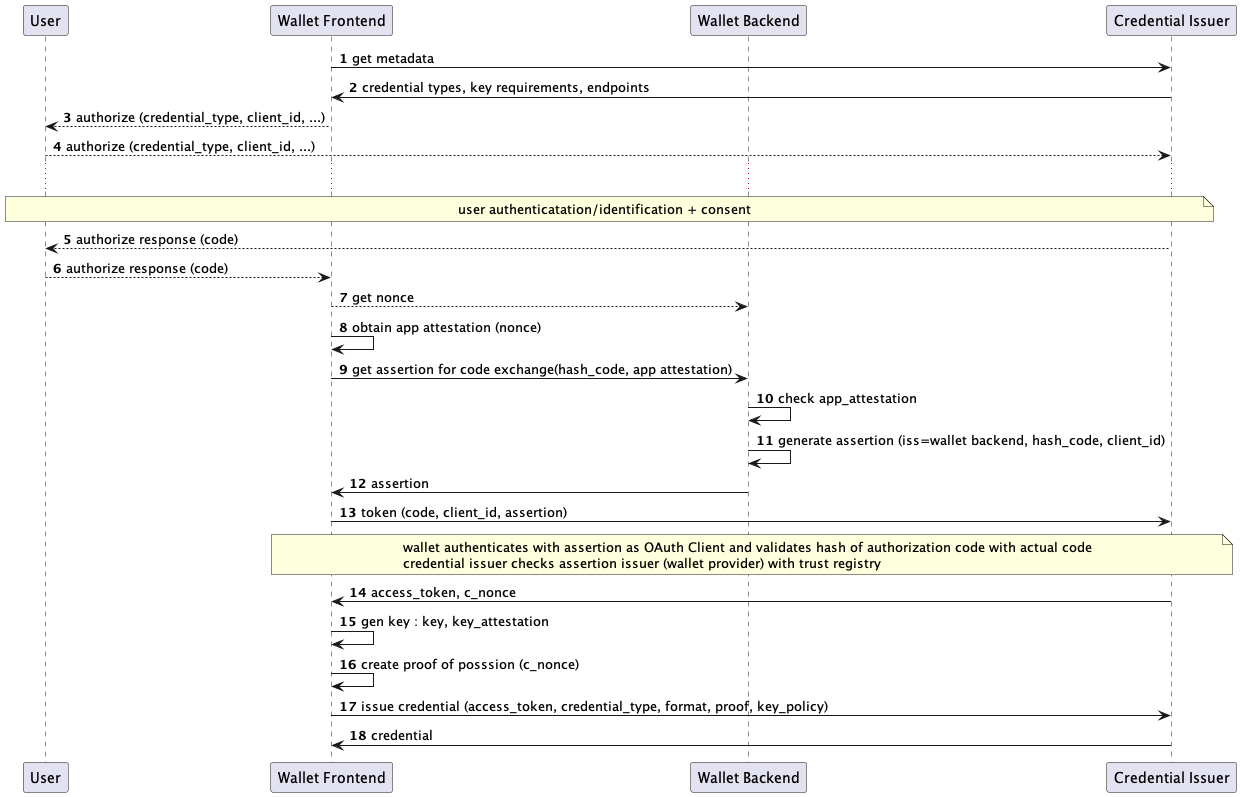
The PlantUML diagram diagrams/attestation_native_app_client_assertion.png in openid/OpenID4VCI, before a commit.
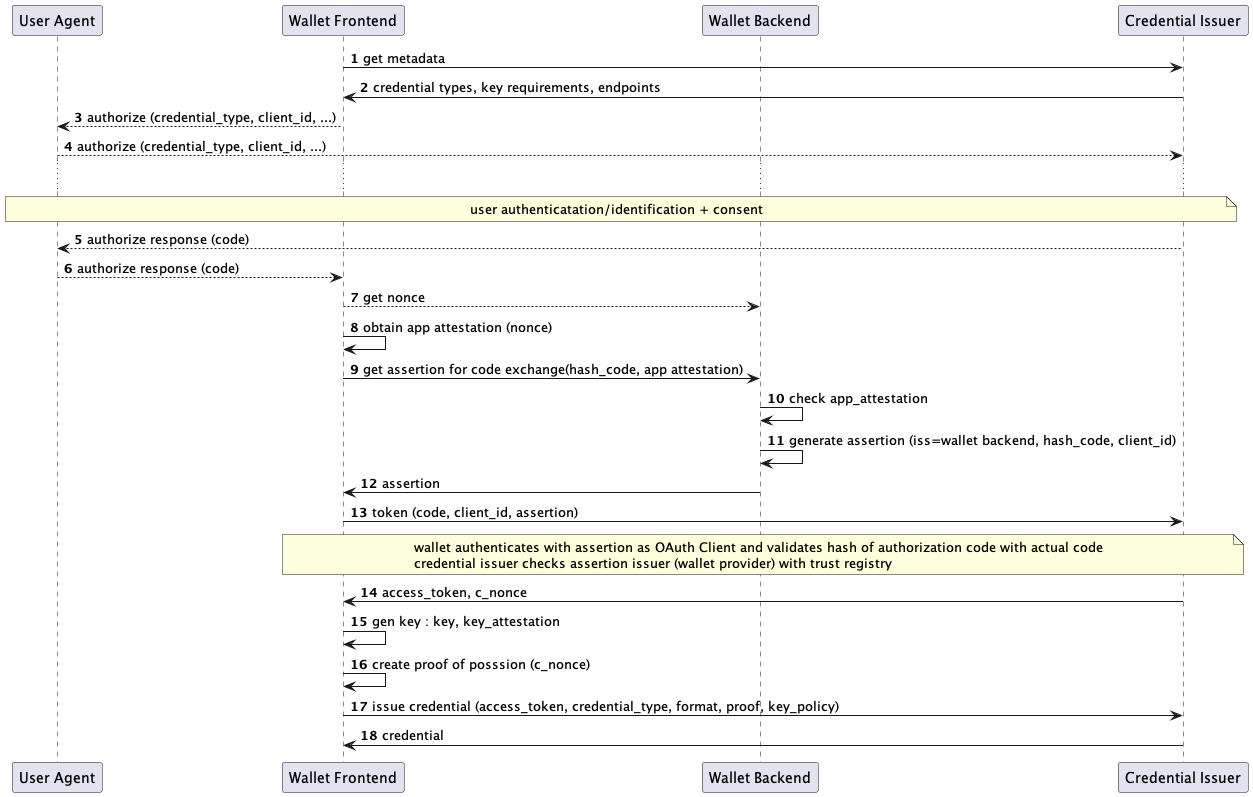
Later version of the same file.

Commit message:
user to user agent

Change to the diagram source:
```diff
@@ -1,6 +1,6 @@
 @startuml
 autonumber
-participant User as u
+participant "User Agent" as u
 participant "Wallet Frontend" as w
 participant "Wallet Backend" as b
 participant "Credential Issuer" as i
```
